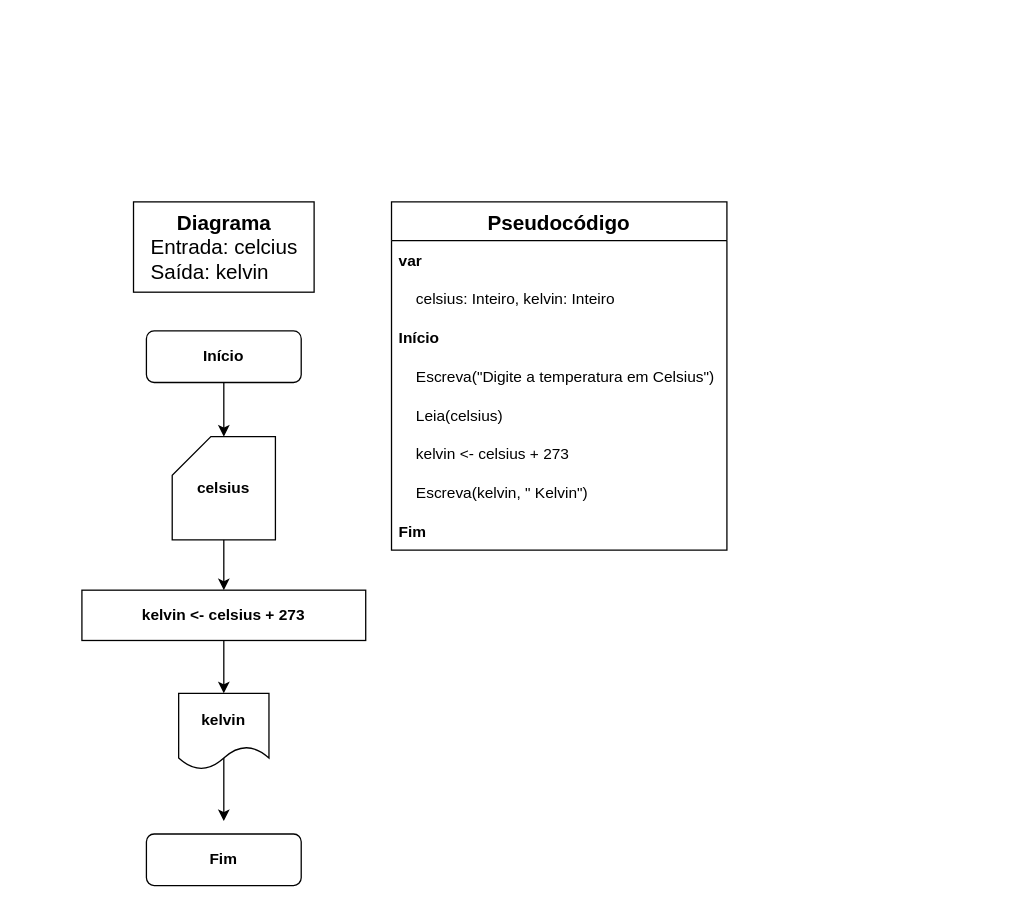
Before: page "Ex. 1.3" (3 of 9) of exercicios.drawio in iSamekh/draw.io, a draw.io diagram. Source tidied: cells renumbered, new cells numbered last; positions are measured from the earlier drawing's top-left corner, leaving out a move shared by most shapes. Both pictures are drawn from the tidied source at 129%, with x=0, y=0 at pixel (81, 201).
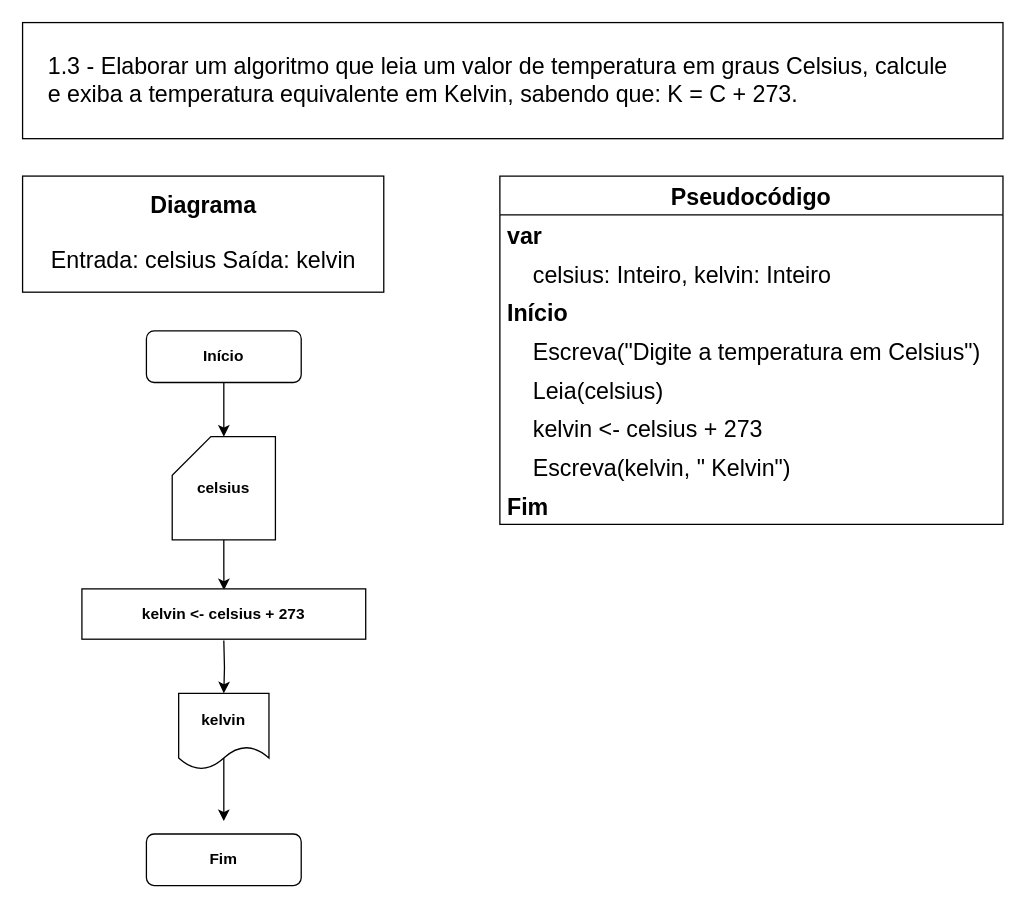
Above is the later version.

Unchanged cells that the change refers to:
```xml
<mxCell id="6" value="kelvin" style="shape=document;whiteSpace=wrap;html=1;boundedLbl=1;fontStyle=1;" parent="1" vertex="1">
  <mxGeometry x="75" y="381" width="70" height="59" as="geometry" />
</mxCell>
<mxCell id="8" value="celsius" style="shape=card;whiteSpace=wrap;html=1;fontStyle=1;" parent="1" vertex="1">
  <mxGeometry x="70" y="182" width="80" height="80" as="geometry" />
</mxCell>
```

Change to the diagram source:
```diff
@@
-    <mxCell id="7" style="edgeStyle=orthogonalEdgeStyle;rounded=0;jettySize=auto;html=1;" parent="1" edge="1" source="8" target="10">
-      <mxGeometry relative="1" as="geometry" />
+    <mxCell id="7" style="edgeStyle=orthogonalEdgeStyle;rounded=0;jettySize=auto;html=1;" parent="1" edge="1" source="8">
+      <mxGeometry relative="1" as="geometry">
+        <mxPoint x="110.1" y="301" as="targetPoint" />
+      </mxGeometry>
     </mxCell>
@@
-    <mxCell id="9" style="edgeStyle=orthogonalEdgeStyle;rounded=0;jettySize=auto;html=1;fontStyle=1;" parent="1" edge="1" source="10" target="6">
-      <mxGeometry relative="1" as="geometry" />
+    <mxCell id="9" style="edgeStyle=orthogonalEdgeStyle;rounded=0;jettySize=auto;html=1;fontStyle=1;" parent="1" edge="1" target="6">
+      <mxGeometry relative="1" as="geometry">
+        <mxPoint x="110" y="340" as="sourcePoint" />
+      </mxGeometry>
     </mxCell>
     <mxCell id="10" value="kelvin &amp;lt;- celsius + 273" style="rounded=0;whiteSpace=wrap;html=1;fontStyle=1;" parent="1" vertex="1">
-      <mxGeometry y="301" width="220" height="39" as="geometry" />
+      <mxGeometry y="300" width="220" height="39" as="geometry" />
     </mxCell>
-    <mxCell id="11" value="Pseudocódigo" style="swimlane;fontStyle=1;horizontal=1;startSize=30;rounded=0;shadow=0;labelBackgroundColor=#FFFFFF;labelBorderColor=none;sketch=0;fillStyle=auto;strokeColor=default;strokeWidth=1;fillColor=default;swimlaneLine=1;glass=0;arcSize=20;fontSize=16;" parent="1" vertex="1">
-      <mxGeometry x="240" width="260" height="270" as="geometry" />
+    <mxCell id="11" value="Pseudocódigo" style="swimlane;fontStyle=1;horizontal=1;startSize=30;rounded=0;shadow=0;labelBackgroundColor=#FFFFFF;labelBorderColor=none;sketch=0;fillStyle=auto;strokeColor=default;strokeWidth=1;fillColor=default;swimlaneLine=1;glass=0;arcSize=20;fontSize=18;" parent="1" vertex="1">
+      <mxGeometry x="324" y="-20" width="390" height="270" as="geometry" />
     </mxCell>
-    <mxCell id="12" value="var" style="text;strokeColor=none;fillColor=none;align=left;verticalAlign=middle;spacingLeft=4;spacingRight=4;overflow=hidden;rounded=1;shadow=0;labelBackgroundColor=none;labelBorderColor=none;sketch=0;fillStyle=auto;strokeWidth=5;glass=0;fontStyle=1;" parent="11" vertex="1">
-      <mxGeometry y="30" width="260" height="30" as="geometry" />
+    <mxCell id="12" value="var" style="text;strokeColor=none;fillColor=none;align=left;verticalAlign=middle;spacingLeft=4;spacingRight=4;overflow=hidden;rounded=1;shadow=0;labelBackgroundColor=none;labelBorderColor=none;sketch=0;fillStyle=auto;strokeWidth=5;glass=0;fontStyle=1;fontSize=18;" parent="11" vertex="1">
+      <mxGeometry y="30" width="390" height="30" as="geometry" />
     </mxCell>
-    <mxCell id="13" value="    celsius: Inteiro, kelvin: Inteiro" style="text;strokeColor=none;fillColor=none;align=left;verticalAlign=middle;spacingLeft=4;spacingRight=4;overflow=hidden;rounded=1;shadow=0;labelBackgroundColor=none;labelBorderColor=none;sketch=1;fillStyle=auto;strokeWidth=5;" parent="11" vertex="1">
-      <mxGeometry y="60" width="260" height="30" as="geometry" />
+    <mxCell id="13" value="    celsius: Inteiro, kelvin: Inteiro" style="text;strokeColor=none;fillColor=none;align=left;verticalAlign=middle;spacingLeft=4;spacingRight=4;overflow=hidden;rounded=1;shadow=0;labelBackgroundColor=none;labelBorderColor=none;sketch=1;fillStyle=auto;strokeWidth=5;fontSize=18;" parent="11" vertex="1">
+      <mxGeometry y="60" width="390" height="30" as="geometry" />
     </mxCell>
-    <mxCell id="14" value="Início" style="text;strokeColor=none;fillColor=none;align=left;verticalAlign=middle;spacingLeft=4;spacingRight=4;overflow=hidden;rounded=1;shadow=0;labelBackgroundColor=none;labelBorderColor=none;sketch=1;fillStyle=auto;strokeWidth=5;fontStyle=1;" parent="11" vertex="1">
-      <mxGeometry y="90" width="260" height="30" as="geometry" />
+    <mxCell id="14" value="Início" style="text;strokeColor=none;fillColor=none;align=left;verticalAlign=middle;spacingLeft=4;spacingRight=4;overflow=hidden;rounded=1;shadow=0;labelBackgroundColor=none;labelBorderColor=none;sketch=1;fillStyle=auto;strokeWidth=5;fontStyle=1;fontSize=18;" parent="11" vertex="1">
+      <mxGeometry y="90" width="390" height="30" as="geometry" />
     </mxCell>
-    <mxCell id="15" value="     Escreva(&quot;Digite a temperatura em Celsius&quot;)" style="text;strokeColor=none;fillColor=none;align=left;verticalAlign=middle;spacingLeft=4;spacingRight=4;overflow=hidden;rounded=1;shadow=0;labelBackgroundColor=none;labelBorderColor=none;sketch=1;fillStyle=auto;strokeWidth=5;fontStyle=0;" parent="11" vertex="1">
-      <mxGeometry y="120" width="260" height="30" as="geometry" />
+    <mxCell id="15" value="     Escreva(&quot;Digite a temperatura em Celsius&quot;)" style="text;strokeColor=none;fillColor=none;align=left;verticalAlign=middle;spacingLeft=4;spacingRight=4;overflow=hidden;rounded=1;shadow=0;labelBackgroundColor=none;labelBorderColor=none;sketch=1;fillStyle=auto;strokeWidth=5;fontStyle=0;fontSize=18;" parent="11" vertex="1">
+      <mxGeometry y="120" width="390" height="30" as="geometry" />
     </mxCell>
-    <mxCell id="16" value="     Leia(celsius)" style="text;strokeColor=none;fillColor=none;align=left;verticalAlign=middle;spacingLeft=4;spacingRight=4;overflow=hidden;rounded=1;shadow=0;labelBackgroundColor=none;labelBorderColor=none;sketch=1;fillStyle=auto;strokeWidth=5;fontStyle=0;" parent="11" vertex="1">
-      <mxGeometry y="150" width="260" height="30" as="geometry" />
+    <mxCell id="16" value="     Leia(celsius)" style="text;strokeColor=none;fillColor=none;align=left;verticalAlign=middle;spacingLeft=4;spacingRight=4;overflow=hidden;rounded=1;shadow=0;labelBackgroundColor=none;labelBorderColor=none;sketch=1;fillStyle=auto;strokeWidth=5;fontStyle=0;fontSize=18;" parent="11" vertex="1">
+      <mxGeometry y="150" width="390" height="30" as="geometry" />
     </mxCell>
-    <mxCell id="17" value="    kelvin &lt;- celsius + 273" style="text;strokeColor=none;fillColor=none;align=left;verticalAlign=middle;spacingLeft=4;spacingRight=4;overflow=hidden;rounded=1;shadow=0;labelBackgroundColor=none;labelBorderColor=none;sketch=1;fillStyle=auto;strokeWidth=5;fontStyle=0;" parent="11" vertex="1">
-      <mxGeometry y="180" width="260" height="30" as="geometry" />
+    <mxCell id="17" value="    kelvin &lt;- celsius + 273" style="text;strokeColor=none;fillColor=none;align=left;verticalAlign=middle;spacingLeft=4;spacingRight=4;overflow=hidden;rounded=1;shadow=0;labelBackgroundColor=none;labelBorderColor=none;sketch=1;fillStyle=auto;strokeWidth=5;fontStyle=0;fontSize=18;" parent="11" vertex="1">
+      <mxGeometry y="180" width="390" height="30" as="geometry" />
     </mxCell>
-    <mxCell id="18" value="     Escreva(kelvin, &quot; Kelvin&quot;)" style="text;strokeColor=none;fillColor=none;align=left;verticalAlign=middle;spacingLeft=4;spacingRight=4;overflow=hidden;rounded=1;shadow=0;labelBackgroundColor=none;labelBorderColor=none;sketch=1;fillStyle=auto;strokeWidth=5;fontStyle=0;" parent="11" vertex="1">
-      <mxGeometry y="210" width="260" height="30" as="geometry" />
+    <mxCell id="18" value="     Escreva(kelvin, &quot; Kelvin&quot;)" style="text;strokeColor=none;fillColor=none;align=left;verticalAlign=middle;spacingLeft=4;spacingRight=4;overflow=hidden;rounded=1;shadow=0;labelBackgroundColor=none;labelBorderColor=none;sketch=1;fillStyle=auto;strokeWidth=5;fontStyle=0;fontSize=18;" parent="11" vertex="1">
+      <mxGeometry y="210" width="390" height="30" as="geometry" />
     </mxCell>
-    <mxCell id="19" value="Fim" style="text;strokeColor=none;fillColor=none;align=left;verticalAlign=middle;spacingLeft=4;spacingRight=4;overflow=hidden;rounded=1;shadow=0;labelBackgroundColor=none;labelBorderColor=none;sketch=1;fillStyle=auto;strokeWidth=5;fontStyle=1;" parent="11" vertex="1">
-      <mxGeometry y="240" width="260" height="30" as="geometry" />
+    <mxCell id="19" value="Fim" style="text;strokeColor=none;fillColor=none;align=left;verticalAlign=middle;spacingLeft=4;spacingRight=4;overflow=hidden;rounded=1;shadow=0;labelBackgroundColor=none;labelBorderColor=none;sketch=1;fillStyle=auto;strokeWidth=5;fontStyle=1;fontSize=18;" parent="11" vertex="1">
+      <mxGeometry y="240" width="390" height="30" as="geometry" />
     </mxCell>
-    <mxCell id="20" value="&lt;font style=&quot;font-size: 16px;&quot;&gt;&lt;b&gt;Diagrama&lt;/b&gt;&lt;br&gt;&lt;div style=&quot;text-align: left;&quot;&gt;&lt;span style=&quot;font-size: 12px;&quot;&gt;&lt;font style=&quot;font-size: 16px;&quot;&gt;Entrada: celcius&lt;/font&gt;&lt;/span&gt;&lt;/div&gt;&lt;div style=&quot;text-align: left;&quot;&gt;&lt;span style=&quot;font-size: 12px;&quot;&gt;&lt;font style=&quot;font-size: 16px;&quot;&gt;Saída: kelvin&lt;/font&gt;&lt;/span&gt;&lt;/div&gt;&lt;/font&gt;" style="text;html=1;align=center;verticalAlign=middle;fillColor=default;strokeColor=default;rounded=0;shadow=0;glass=0;labelBackgroundColor=#FFFFFF;labelBorderColor=none;sketch=0;fillStyle=auto;strokeWidth=1;" parent="1" vertex="1">
-      <mxGeometry x="40" width="140" height="70" as="geometry" />
-    </mxCell>
+    <mxCell id="21" value="&lt;font style=&quot;font-size: 18px;&quot;&gt;&lt;b style=&quot;font-size: 18px;&quot;&gt;Diagrama&lt;br&gt;&lt;/b&gt;&lt;br style=&quot;font-size: 18px;&quot;&gt;&lt;div style=&quot;text-align: left; font-size: 18px;&quot;&gt;&lt;span style=&quot;font-size: 18px;&quot;&gt;&lt;font style=&quot;font-size: 18px;&quot;&gt;Entrada: celsius&lt;span style=&quot;white-space: pre;&quot;&gt; &lt;/span&gt;&lt;/font&gt;&lt;/span&gt;Saída: kelvin&lt;/div&gt;&lt;/font&gt;" style="text;html=1;align=center;verticalAlign=middle;fillColor=default;strokeColor=default;rounded=0;shadow=0;glass=0;labelBackgroundColor=#FFFFFF;labelBorderColor=none;sketch=0;fillStyle=auto;strokeWidth=1;fontSize=18;spacing=10;" parent="1" vertex="1">
+      <mxGeometry x="-46" y="-20" width="280" height="90" as="geometry" />
+    </mxCell>
+    <mxCell id="22" value="&lt;font style=&quot;font-size: 18px;&quot;&gt;1.3 - Elaborar um algoritmo que leia um valor de temperatura em graus Celsius, calcule &lt;br&gt;e exiba a temperatura equivalente em Kelvin, sabendo que: K = C + 273.&lt;/font&gt;" style="text;html=1;align=left;verticalAlign=middle;rounded=0;labelBackgroundColor=#FFF;fillColor=default;gradientColor=none;strokeColor=default;fontSize=18;perimeterSpacing=0;spacing=20;" parent="1" vertex="1">
+      <mxGeometry x="-46" y="-139" width="760" height="90" as="geometry" />
+    </mxCell>
```
